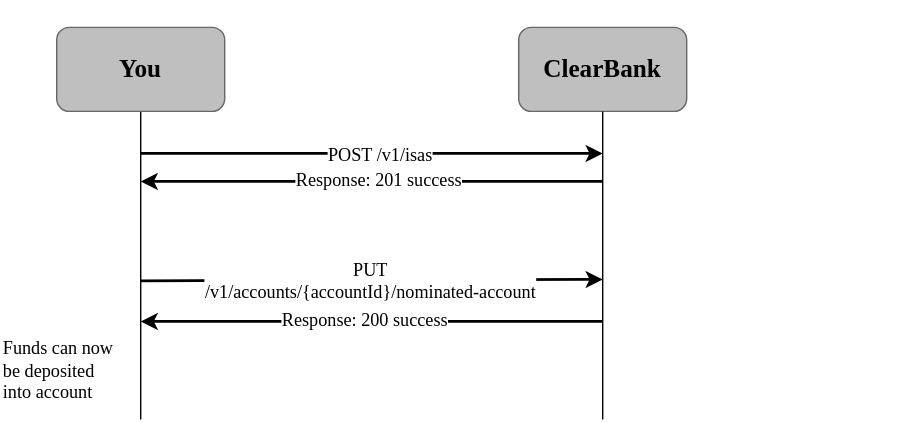
clearbank/clearbank.github.io keeps this draw.io diagram as static/assets/images/cash-isa-open.svg. Above is the earlier version. Source tidied: cells renumbered, new cells last; positions are measured from the earlier drawing's top-left corner, leaving out a move shared by most shapes.
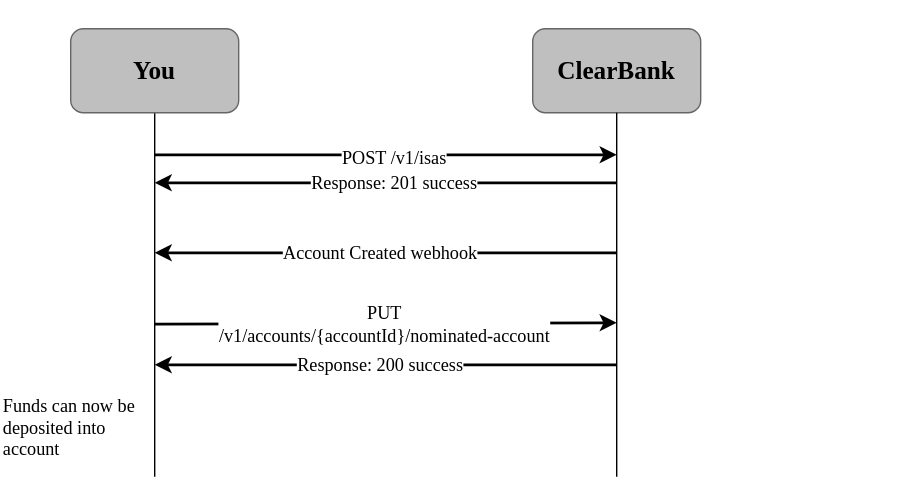
After the commit.

Commit message:
Added info about account created webhook

What changed in the source:
```diff
@@ -7,7 +7,7 @@
     </mxCell>
     <mxCell id="3" style="edgeStyle=orthogonalEdgeStyle;rounded=0;jettySize=auto;html=1;endArrow=none;endFill=0;exitX=0.5;exitY=1;exitDx=0;exitDy=0;fontFamily=Clear Sans Text;fontSize=13;" parent="1" edge="1" source="2">
       <mxGeometry relative="1" as="geometry">
-        <mxPoint x="430" y="300" as="targetPoint" />
+        <mxPoint x="430" y="340" as="targetPoint" />
         <Array as="points">
           <mxPoint x="430" y="300" />
         </Array>
@@ -15,7 +15,7 @@
     </mxCell>
     <mxCell id="4" style="edgeStyle=orthogonalEdgeStyle;rounded=0;jettySize=auto;html=1;endArrow=none;endFill=0;fontFamily=Clear Sans Text;fontSize=13;" parent="1" edge="1" source="5">
       <mxGeometry relative="1" as="geometry">
-        <mxPoint x="100" y="300" as="targetPoint" />
+        <mxPoint x="100" y="340" as="targetPoint" />
       </mxGeometry>
     </mxCell>
     <mxCell id="5" value="You" style="rounded=1;whiteSpace=wrap;html=1;strokeColor=#666666;fillColor=#BFBFBF;gradientColor=none;fontFamily=Clear Sans Text;fontStyle=1;fontSize=18;" parent="1" vertex="1">
@@ -43,9 +43,10 @@
         <mxPoint x="19" as="offset" />
       </mxGeometry>
     </mxCell>
-    <mxCell id="10" style="endArrow=classic;html=1;rounded=0;strokeWidth=2;fontFamily=Clear Sans Text;fontSize=13;entryX=0;entryY=1;entryDx=0;entryDy=0;" parent="1" edge="1" target="14">
+    <mxCell id="10" style="endArrow=classic;html=1;rounded=0;strokeWidth=2;fontFamily=Clear Sans Text;fontSize=13;entryX=0;entryY=1;entryDx=0;entryDy=0;" parent="1" edge="1">
       <mxGeometry relative="1" as="geometry">
-        <mxPoint x="100" y="201" as="sourcePoint" />
+        <mxPoint x="100" y="231" as="sourcePoint" />
+        <mxPoint x="430" y="230" as="targetPoint" />
       </mxGeometry>
     </mxCell>
     <mxCell id="11" value="PUT&lt;br style=&quot;font-size: 13px;&quot;&gt;/v1/accounts/{accountId}/nominated-account" style="edgeLabel;html=1;align=center;verticalAlign=middle;fontFamily=Clear Sans Text;fontSize=13;" parent="10" vertex="1">
@@ -55,8 +56,8 @@
     </mxCell>
     <mxCell id="12" style="endArrow=classic;html=1;rounded=0;strokeWidth=2;fontFamily=Clear Sans Text;fontSize=13;" parent="1" edge="1">
       <mxGeometry relative="1" as="geometry">
-        <mxPoint x="430" y="230" as="sourcePoint" />
-        <mxPoint x="100" y="230" as="targetPoint" />
+        <mxPoint x="430" y="260" as="sourcePoint" />
+        <mxPoint x="100" y="260" as="targetPoint" />
       </mxGeometry>
     </mxCell>
     <mxCell id="13" value="Response: 200 success" style="edgeLabel;html=1;align=center;verticalAlign=middle;fontFamily=Clear Sans Text;fontSize=13;" parent="12" vertex="1">
@@ -68,10 +69,21 @@
       <mxGeometry x="430" y="140" width="220" height="60" as="geometry" />
     </mxCell>
     <mxCell id="15" value="Funds can now be deposited into account" style="text;html=1;strokeColor=none;fillColor=none;align=left;verticalAlign=middle;whiteSpace=wrap;rounded=0;fontFamily=Clear Sans Text;fontSize=13;" parent="1" vertex="1">
-      <mxGeometry y="250" width="90" height="30" as="geometry" />
+      <mxGeometry x="-10" y="290" width="100" height="30" as="geometry" />
     </mxCell>
     <mxCell id="16" style="rounded=0;whiteSpace=wrap;html=1;strokeColor=none;fontFamily=Clear Sans Text;fontSize=13;" parent="1" vertex="1">
       <mxGeometry x="160" width="120" height="20" as="geometry" />
     </mxCell>
+    <mxCell id="17" style="endArrow=classic;html=1;rounded=0;strokeWidth=2;fontFamily=Clear Sans Text;fontSize=13;" parent="1" edge="1">
+      <mxGeometry relative="1" as="geometry">
+        <mxPoint x="430" y="180" as="sourcePoint" />
+        <mxPoint x="100" y="180" as="targetPoint" />
+      </mxGeometry>
+    </mxCell>
+    <mxCell id="18" value="Account Created webhook" style="edgeLabel;html=1;align=center;verticalAlign=middle;fontFamily=Clear Sans Text;fontSize=13;" parent="17" vertex="1">
+      <mxGeometry x="0.09" y="-1" relative="1" as="geometry">
+        <mxPoint x="9" as="offset" />
+      </mxGeometry>
+    </mxCell>
   </root>
 </mxGraphModel>
```
